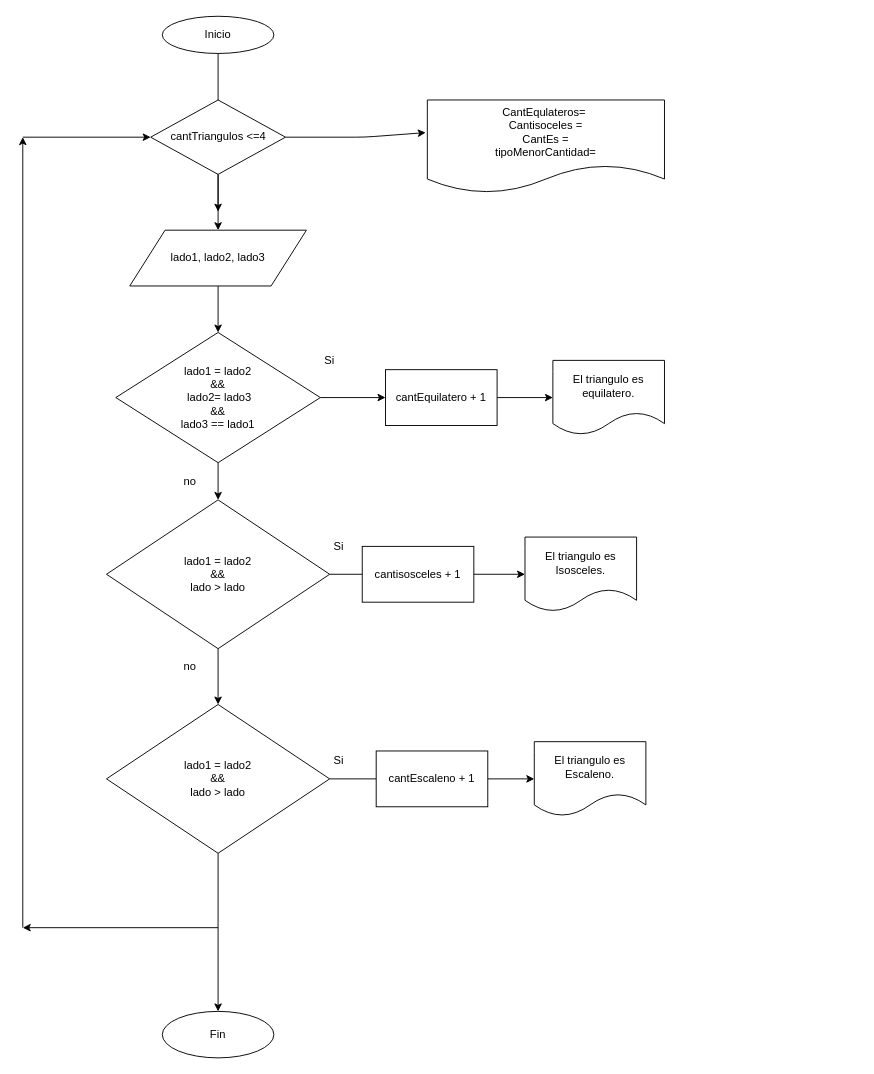
Above: Tarea 21 de Marzo Ejercicios de Estructura de control/Ejercicio 14 Logica.drawio in NicolasMaggia/TareasJS-comision37i (draw.io), before the change. Source tidied: cells renumbered, new cells numbered last; positions are measured from the earlier drawing's top-left corner, leaving out a move shared by most shapes. Both pictures are drawn from the tidied source at 93%, with x=0, y=0 at pixel (22, 16).
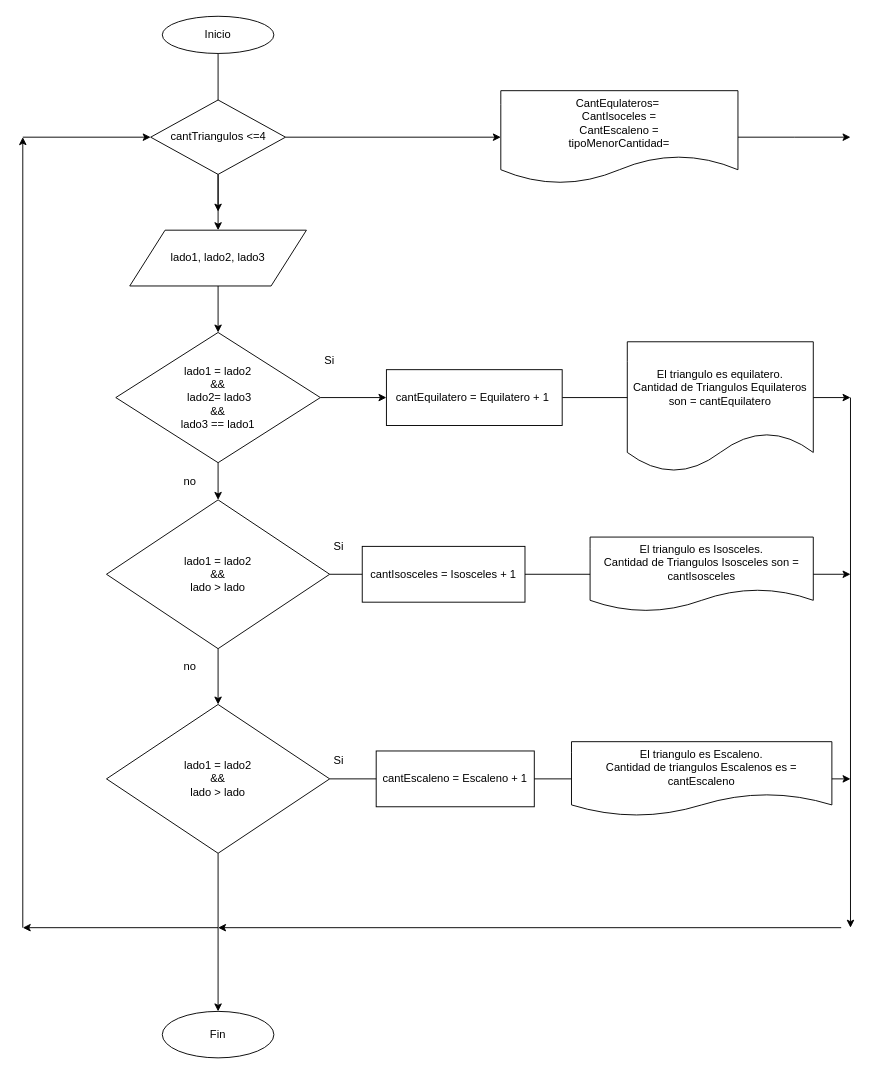
The same page after the edit.

Commit message (it also covers changes not shown here):
subiendo ejercicios 7 y 14

Unchanged cells that the change refers to:
```xml
<mxCell id="12" value="lado1 = lado2&lt;br&gt;&amp;amp;&amp;amp;&lt;br&gt;lado &amp;gt; lado" style="rhombus;whiteSpace=wrap;html=1;" parent="1" vertex="1">
  <mxGeometry x="90" y="520" width="240" height="160" as="geometry" />
</mxCell>
<mxCell id="15" value="lado1 = lado2&lt;br&gt;&amp;amp;&amp;amp;&lt;br&gt;lado &amp;gt; lado" style="rhombus;whiteSpace=wrap;html=1;" parent="1" vertex="1">
  <mxGeometry x="90" y="740" width="240" height="160" as="geometry" />
</mxCell>
<mxCell id="25" value="cantTriangulos &amp;lt;=4" style="rhombus;whiteSpace=wrap;html=1;" parent="1" vertex="1">
  <mxGeometry x="137.5" y="90" width="145" height="80" as="geometry" />
</mxCell>
```

What changed in the source:
```diff
@@
-    <mxCell id="6" style="edgeStyle=orthogonalEdgeStyle;rounded=0;jettySize=auto;html=1;" parent="1" edge="1" source="18" target="9">
-      <mxGeometry relative="1" as="geometry" />
+    <mxCell id="6" style="edgeStyle=orthogonalEdgeStyle;rounded=0;jettySize=auto;html=1;" parent="1" edge="1" source="18">
+      <mxGeometry relative="1" as="geometry">
+        <mxPoint x="890" y="410" as="targetPoint" />
+      </mxGeometry>
     </mxCell>
@@
-    <mxCell id="9" value="El triangulo es equilatero." style="shape=document;whiteSpace=wrap;html=1;boundedLbl=1;" parent="1" vertex="1">
-      <mxGeometry x="570" y="370" width="120" height="80" as="geometry" />
-    </mxCell>
-    <mxCell id="10" style="edgeStyle=orthogonalEdgeStyle;rounded=0;jettySize=auto;html=1;" parent="1" edge="1" source="12" target="13">
-      <mxGeometry relative="1" as="geometry" />
+    <mxCell id="10" style="edgeStyle=orthogonalEdgeStyle;rounded=0;jettySize=auto;html=1;" parent="1" edge="1" source="12">
+      <mxGeometry relative="1" as="geometry">
+        <mxPoint x="890" y="600" as="targetPoint" />
+      </mxGeometry>
     </mxCell>
@@
-    <mxCell id="13" value="El triangulo es Isosceles." style="shape=document;whiteSpace=wrap;html=1;boundedLbl=1;" parent="1" vertex="1">
-      <mxGeometry x="540" y="560" width="120" height="80" as="geometry" />
+    <mxCell id="13" value="El triangulo es Isosceles.&lt;br&gt;Cantidad de Triangulos Isosceles son = cantIsosceles" style="shape=document;whiteSpace=wrap;html=1;boundedLbl=1;" parent="1" vertex="1">
+      <mxGeometry x="610" y="560" width="240" height="80" as="geometry" />
     </mxCell>
-    <mxCell id="14" style="edgeStyle=orthogonalEdgeStyle;rounded=0;jettySize=auto;html=1;" parent="1" edge="1" source="15" target="16">
-      <mxGeometry relative="1" as="geometry" />
+    <mxCell id="14" style="edgeStyle=orthogonalEdgeStyle;rounded=0;jettySize=auto;html=1;" parent="1" edge="1" source="15">
+      <mxGeometry relative="1" as="geometry">
+        <mxPoint x="890" y="820" as="targetPoint" />
+      </mxGeometry>
     </mxCell>
@@
-    <mxCell id="16" value="El triangulo es Escaleno." style="shape=document;whiteSpace=wrap;html=1;boundedLbl=1;" parent="1" vertex="1">
-      <mxGeometry x="550" y="780" width="120" height="80" as="geometry" />
+    <mxCell id="16" value="El triangulo es Escaleno.&lt;br&gt;Cantidad de triangulos Escalenos es = cantEscaleno" style="shape=document;whiteSpace=wrap;html=1;boundedLbl=1;" parent="1" vertex="1">
+      <mxGeometry x="590" y="780" width="280" height="80" as="geometry" />
     </mxCell>
@@
-    <mxCell id="18" value="cantEquilatero + 1" style="rounded=0;whiteSpace=wrap;html=1;" parent="1" vertex="1">
-      <mxGeometry x="390" y="380" width="120" height="60" as="geometry" />
+    <mxCell id="18" value="cantEquilatero = Equilatero + 1&amp;nbsp;" style="rounded=0;whiteSpace=wrap;html=1;" parent="1" vertex="1">
+      <mxGeometry x="391" y="380" width="189" height="60" as="geometry" />
     </mxCell>
@@
-    <mxCell id="20" value="cantisosceles + 1" style="rounded=0;whiteSpace=wrap;html=1;" parent="1" vertex="1">
-      <mxGeometry x="365" y="570" width="120" height="60" as="geometry" />
+    <mxCell id="20" value="cantIsosceles = Isosceles + 1" style="rounded=0;whiteSpace=wrap;html=1;" parent="1" vertex="1">
+      <mxGeometry x="365" y="570" width="175" height="60" as="geometry" />
     </mxCell>
-    <mxCell id="21" value="cantEscaleno + 1" style="rounded=0;whiteSpace=wrap;html=1;" parent="1" vertex="1">
-      <mxGeometry x="380" y="790" width="120" height="60" as="geometry" />
+    <mxCell id="21" value="cantEscaleno = Escaleno + 1" style="rounded=0;whiteSpace=wrap;html=1;" parent="1" vertex="1">
+      <mxGeometry x="380" y="790" width="170" height="60" as="geometry" />
     </mxCell>
@@
+    <mxCell id="29" style="edgeStyle=orthogonalEdgeStyle;rounded=0;jettySize=auto;html=1;" parent="1" edge="1" source="25" target="28">
+      <mxGeometry relative="1" as="geometry" />
+    </mxCell>
@@
+    <mxCell id="35" style="edgeStyle=orthogonalEdgeStyle;rounded=0;jettySize=auto;html=1;" parent="1" edge="1" source="28">
+      <mxGeometry relative="1" as="geometry">
+        <mxPoint x="890" y="130" as="targetPoint" />
+      </mxGeometry>
+    </mxCell>
-    <mxCell id="28" value="CantEqulateros=&amp;nbsp;&lt;br&gt;Cantisoceles =&lt;br&gt;CantEs =&lt;br&gt;tipoMenorCantidad=" style="shape=document;whiteSpace=wrap;html=1;boundedLbl=1;" parent="1" vertex="1">
-      <mxGeometry x="435" y="90" width="255" height="100" as="geometry" />
+    <mxCell id="28" value="CantEqulateros=&amp;nbsp;&lt;br&gt;CantIsoceles =&lt;br&gt;CantEscaleno =&lt;br&gt;tipoMenorCantidad=" style="shape=document;whiteSpace=wrap;html=1;boundedLbl=1;" parent="1" vertex="1">
+      <mxGeometry x="514" y="80" width="255" height="100" as="geometry" />
     </mxCell>
-    <mxCell id="29" style="endArrow=classic;html=1;entryX=-0.007;entryY=0.351;entryDx=0;entryDy=0;entryPerimeter=0;exitX=1;exitY=0.5;exitDx=0;exitDy=0;" parent="1" edge="1" source="25" target="28">
-      <mxGeometry relative="1" as="geometry">
-        <Array as="points">
-          <mxPoint x="368" y="130" />
-        </Array>
-      </mxGeometry>
-    </mxCell>
@@
+    <mxCell id="36" style="endArrow=classic;html=1;" parent="1" edge="1">
+      <mxGeometry relative="1" as="geometry">
+        <mxPoint x="890" y="410" as="sourcePoint" />
+        <mxPoint x="890" y="980" as="targetPoint" />
+      </mxGeometry>
+    </mxCell>
+    <mxCell id="37" style="endArrow=classic;html=1;" parent="1" edge="1">
+      <mxGeometry relative="1" as="geometry">
+        <mxPoint x="880" y="980" as="sourcePoint" />
+        <mxPoint x="210" y="980" as="targetPoint" />
+      </mxGeometry>
+    </mxCell>
+    <mxCell id="9" value="El triangulo es equilatero.&lt;br&gt;Cantidad de Triangulos Equilateros son = cantEquilatero" style="shape=document;whiteSpace=wrap;html=1;boundedLbl=1;" parent="1" vertex="1">
+      <mxGeometry x="650" y="350" width="200" height="140" as="geometry" />
+    </mxCell>
```
